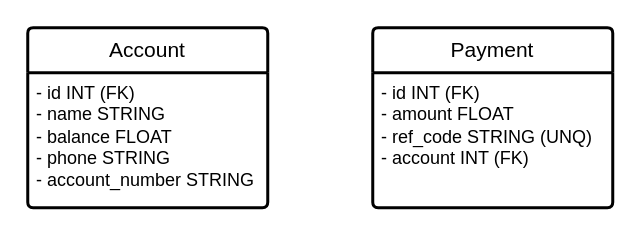
Above: page "Entities" (2 of 2) of design/design.drawio in XavierTM/whatsapp-wallet (draw.io), before the change. Source tidied: cells renumbered, new cells numbered last; positions are measured from the earlier drawing's top-left corner, leaving out a move shared by most shapes. Both pictures are drawn from the tidied source at 150%, with x=0, y=0 at pixel (27, 27).
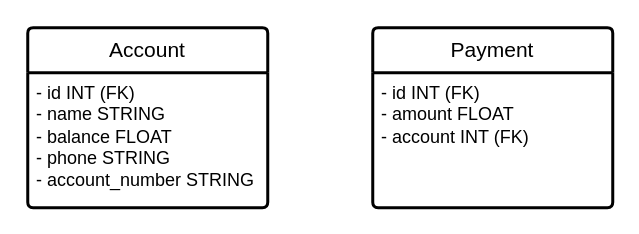
Above is the later version.

Change to the diagram source:
```diff
@@
 <mxGraphModel>
   <root>
     <mxCell id="0" />
     <mxCell id="1" parent="0" />
     <mxCell id="2" value="Account" style="swimlane;horizontal=1;startSize=30;rounded=1;fontSize=14;fontStyle=0;strokeWidth=2;shadow=0;dashed=0;align=center;arcSize=4;whiteSpace=wrap;html=1;" parent="1" vertex="1">
       <mxGeometry width="160" height="120" as="geometry" />
     </mxCell>
     <mxCell id="3" value="- id INT (FK)&lt;br&gt;- name STRING&lt;br&gt;- balance FLOAT&lt;br&gt;- phone STRING&lt;br&gt;- account_number STRING" style="align=left;strokeColor=none;fillColor=none;spacingLeft=4;fontSize=12;verticalAlign=top;html=1;" parent="2" vertex="1">
       <mxGeometry y="30" width="160" height="90" as="geometry" />
     </mxCell>
     <mxCell id="4" value="Payment" style="swimlane;horizontal=1;startSize=30;rounded=1;fontSize=14;fontStyle=0;strokeWidth=2;shadow=0;dashed=0;align=center;arcSize=4;whiteSpace=wrap;html=1;" parent="1" vertex="1">
       <mxGeometry x="230" width="160" height="120" as="geometry" />
     </mxCell>
-    <mxCell id="5" value="- id INT (FK)&lt;br&gt;- amount FLOAT&lt;br&gt;- ref_code STRING (UNQ)&lt;br&gt;- account INT (FK)" style="align=left;strokeColor=none;fillColor=none;spacingLeft=4;fontSize=12;verticalAlign=top;html=1;" parent="4" vertex="1">
+    <mxCell id="5" value="- id INT (FK)&lt;br&gt;- amount FLOAT&lt;br&gt;- account INT (FK)" style="align=left;strokeColor=none;fillColor=none;spacingLeft=4;fontSize=12;verticalAlign=top;html=1;" parent="4" vertex="1">
       <mxGeometry y="30" width="160" height="90" as="geometry" />
     </mxCell>
   </root>
 </mxGraphModel>
```
